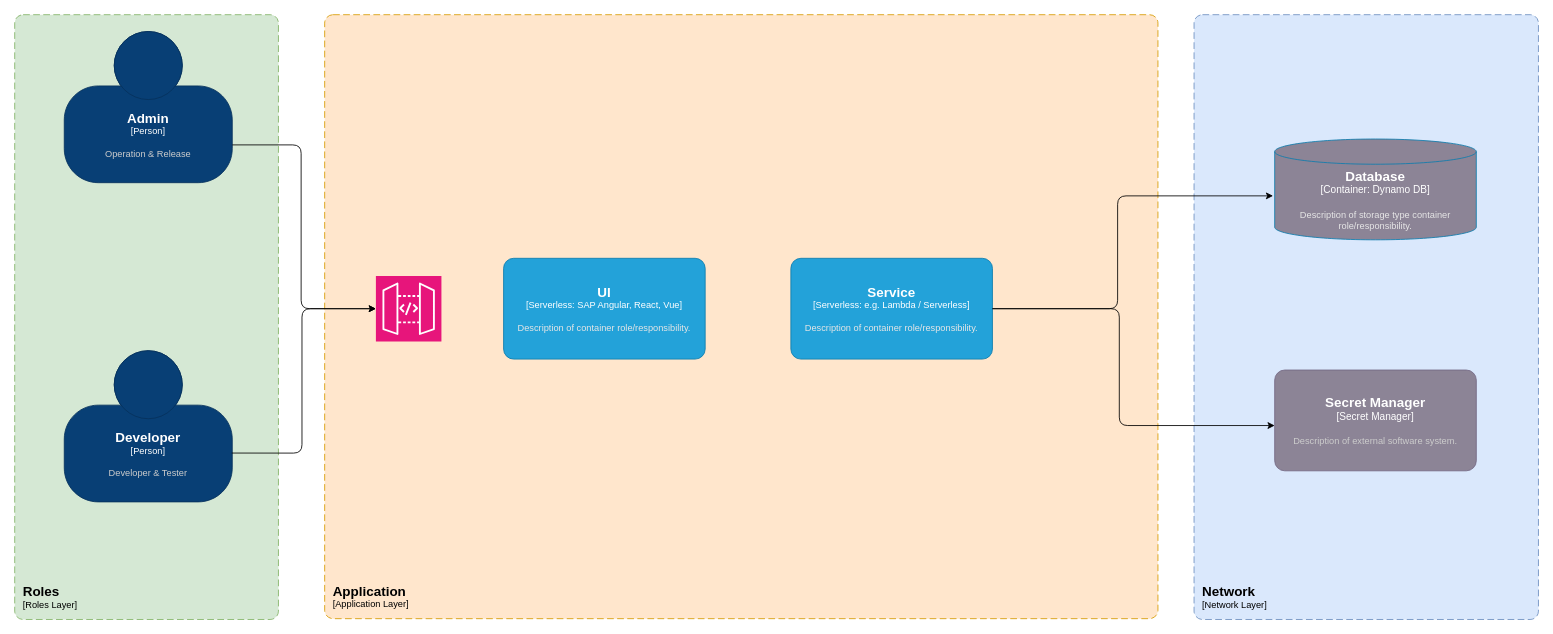
Before: page "04-Context-And-Scope-View" (7 of 8) of resources/enterprise-architecture.drawio in microtema/secure-password-exchange, a draw.io diagram. Source tidied: cells renumbered, new cells numbered last; positions are measured from the earlier drawing's top-left corner, leaving out a move shared by most shapes. Both pictures are drawn from the tidied source at 84%, with x=0, y=0 at pixel (14, 14).
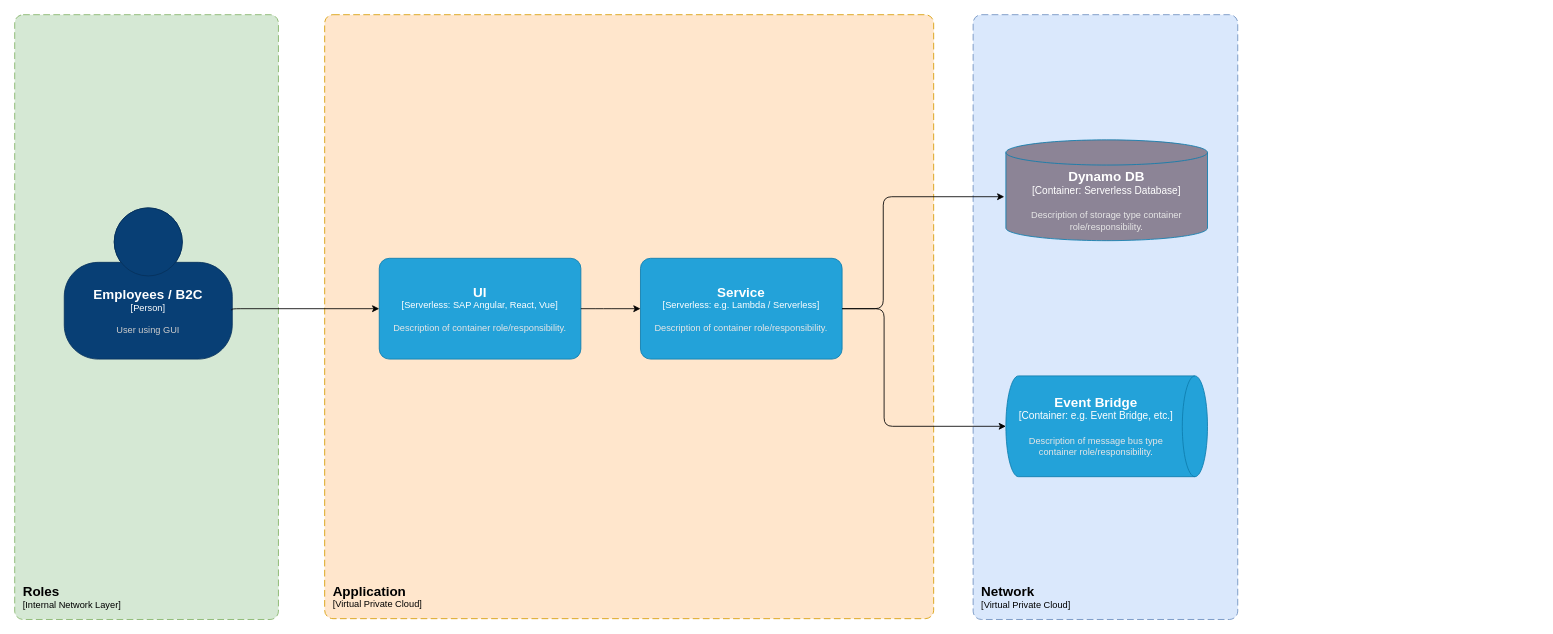
The same page after the edit.

Change to the diagram source:
```diff
@@
-    <object id="2" label="&lt;font style=&quot;font-size: 16px&quot;&gt;&lt;b&gt;&lt;div style=&quot;text-align: left&quot;&gt;%c4Name%&lt;/div&gt;&lt;/b&gt;&lt;/font&gt;&lt;div style=&quot;text-align: left&quot;&gt;[%c4Application%]&lt;/div&gt;" c4Application="Roles Layer" c4Name="Roles" placeholders="1">
+    <object id="2" label="&lt;font style=&quot;font-size: 16px&quot;&gt;&lt;b&gt;&lt;div style=&quot;text-align: left&quot;&gt;%c4Name%&lt;/div&gt;&lt;/b&gt;&lt;/font&gt;&lt;div style=&quot;text-align: left&quot;&gt;[%c4Application%]&lt;/div&gt;" c4Application="Internal Network Layer" c4Name="Roles" placeholders="1">
       <mxCell style="rounded=1;fontSize=11;whiteSpace=wrap;html=1;dashed=1;arcSize=20;fillColor=#d5e8d4;strokeColor=#82b366;labelBackgroundColor=none;align=left;verticalAlign=bottom;labelBorderColor=none;spacingTop=0;spacing=10;dashPattern=8 4;perimeter=rectanglePerimeter;noLabel=0;labelPadding=0;absoluteArcSize=1;" parent="1" vertex="1">
         <mxGeometry width="314" height="720" as="geometry" />
       </mxCell>
     </object>
-    <object id="3" label="&lt;font style=&quot;font-size: 16px&quot;&gt;&lt;b&gt;&lt;div style=&quot;text-align: left&quot;&gt;%c4Name%&lt;/div&gt;&lt;/b&gt;&lt;/font&gt;&lt;div style=&quot;text-align: left&quot;&gt;[%c4Application%]&lt;/div&gt;" c4Application="Application Layer" c4Name="Application" placeholders="1">
+    <object id="3" label="&lt;font style=&quot;font-size: 16px&quot;&gt;&lt;b&gt;&lt;div style=&quot;text-align: left&quot;&gt;%c4Name%&lt;/div&gt;&lt;/b&gt;&lt;/font&gt;&lt;div style=&quot;text-align: left&quot;&gt;[%c4Application%]&lt;/div&gt;" c4Application="Virtual Private Cloud" c4Name="Application" placeholders="1">
       <mxCell style="rounded=1;fontSize=11;whiteSpace=wrap;html=1;dashed=1;arcSize=20;fillColor=#ffe6cc;strokeColor=#d79b00;labelBackgroundColor=none;align=left;verticalAlign=bottom;labelBorderColor=none;spacingTop=0;spacing=10;dashPattern=8 4;perimeter=rectanglePerimeter;noLabel=0;labelPadding=0;absoluteArcSize=1;" parent="1" vertex="1">
-        <mxGeometry x="369" width="992" height="719" as="geometry" />
+        <mxGeometry x="369" width="725" height="719" as="geometry" />
       </mxCell>
     </object>
-    <object id="4" label="&lt;font style=&quot;font-size: 16px&quot;&gt;&lt;b&gt;&lt;div style=&quot;text-align: left&quot;&gt;%c4Name%&lt;/div&gt;&lt;/b&gt;&lt;/font&gt;&lt;div style=&quot;text-align: left&quot;&gt;[%c4Application%]&lt;/div&gt;" c4Application="Network Layer" c4Name="Network" placeholders="1">
+    <object id="4" label="&lt;font style=&quot;font-size: 16px&quot;&gt;&lt;b&gt;&lt;div style=&quot;text-align: left&quot;&gt;%c4Name%&lt;/div&gt;&lt;/b&gt;&lt;/font&gt;&lt;div style=&quot;text-align: left&quot;&gt;[%c4Application%]&lt;/div&gt;" c4Application="Virtual Private Cloud" c4Name="Network" placeholders="1">
       <mxCell style="rounded=1;fontSize=11;whiteSpace=wrap;html=1;dashed=1;arcSize=20;fillColor=#dae8fc;strokeColor=#6c8ebf;labelBackgroundColor=none;align=left;verticalAlign=bottom;labelBorderColor=none;spacingTop=0;spacing=10;dashPattern=8 4;perimeter=rectanglePerimeter;noLabel=0;labelPadding=0;absoluteArcSize=1;" parent="1" vertex="1">
-        <mxGeometry x="1404" width="410" height="720" as="geometry" />
+        <mxGeometry x="1141" width="315" height="720" as="geometry" />
       </mxCell>
     </object>
-    <object id="5" label="&lt;font style=&quot;font-size: 16px&quot;&gt;&lt;b&gt;%c4Type%&lt;/b&gt;&lt;/font&gt;&lt;div&gt;[%c4Container%:&amp;nbsp;%c4Technology%]&lt;/div&gt;&lt;br&gt;&lt;div&gt;&lt;font style=&quot;font-size: 11px&quot;&gt;&lt;font color=&quot;#E6E6E6&quot;&gt;%c4Description%&lt;/font&gt;&lt;/div&gt;" c4Container="Container" c4Description="Description of storage type container role/responsibility." c4Technology="Dynamo DB" c4Type="Database" placeholders="1">
+    <object id="5" label="&lt;font style=&quot;font-size: 16px&quot;&gt;&lt;b&gt;%c4Type%&lt;/b&gt;&lt;/font&gt;&lt;div&gt;[%c4Container%:&amp;nbsp;%c4Technology%]&lt;/div&gt;&lt;br&gt;&lt;div&gt;&lt;font style=&quot;font-size: 11px&quot;&gt;&lt;font color=&quot;#E6E6E6&quot;&gt;%c4Description%&lt;/font&gt;&lt;/div&gt;" c4Container="Container" c4Description="Description of storage type container role/responsibility." c4Technology="Serverless Database" c4Type="Dynamo DB" placeholders="1">
       <mxCell style="shape=cylinder3;size=15;whiteSpace=wrap;html=1;boundedLbl=1;rounded=0;labelBackgroundColor=none;fillColor=#8C8496;fontSize=12;fontColor=#ffffff;align=center;strokeColor=#0E7DAD;points=[[0.5,0,0],[1,0.25,0],[1,0.5,0],[1,0.75,0],[0.5,1,0],[0,0.75,0],[0,0.5,0],[0,0.25,0]];" parent="1" vertex="1">
-        <mxGeometry x="1500" y="148" width="240" height="120" as="geometry" />
+        <mxGeometry x="1180" y="149" width="240" height="120" as="geometry" />
       </mxCell>
     </object>
-    <object id="6" label="&lt;font style=&quot;font-size: 16px&quot;&gt;&lt;b&gt;%c4Name%&lt;/b&gt;&lt;/font&gt;&lt;div&gt;[%c4Type%]&lt;/div&gt;&lt;br&gt;&lt;div&gt;&lt;font style=&quot;font-size: 11px&quot;&gt;&lt;font color=&quot;#cccccc&quot;&gt;%c4Description%&lt;/font&gt;&lt;/div&gt;" c4Description="Description of external software system." c4Name="Secret Manager" c4Type="Secret Manager" placeholders="1">
-      <mxCell style="rounded=1;whiteSpace=wrap;html=1;labelBackgroundColor=none;fillColor=#8C8496;fontColor=#ffffff;align=center;arcSize=10;strokeColor=#736782;" parent="1" vertex="1">
-        <mxGeometry x="1500" y="423" width="240" height="120" as="geometry" />
-      </mxCell>
-    </object>
     <object id="7" label="&lt;font style=&quot;font-size: 16px&quot;&gt;&lt;b&gt;%c4Name%&lt;/b&gt;&lt;/font&gt;&lt;div&gt;[%c4Type%: %c4Technology%]&lt;/div&gt;&lt;br&gt;&lt;div&gt;&lt;font style=&quot;font-size: 11px&quot;&gt;&lt;font color=&quot;#E6E6E6&quot;&gt;%c4Description%&lt;/font&gt;&lt;/div&gt;" c4Description="Description of container role/responsibility." c4Name="UI" c4Technology="SAP Angular, React, Vue" c4Type="Serverless" placeholders="1">
       <mxCell style="rounded=1;whiteSpace=wrap;html=1;fontSize=11;labelBackgroundColor=none;fillColor=#23A2D9;fontColor=#ffffff;align=center;arcSize=10;strokeColor=#0E7DAD;points=[[0.25,0,0],[0.5,0,0],[0.75,0,0],[1,0.25,0],[1,0.5,0],[1,0.75,0],[0.75,1,0],[0.5,1,0],[0.25,1,0],[0,0.75,0],[0,0.5,0],[0,0.25,0]];" parent="1" vertex="1">
-        <mxGeometry x="582" y="290" width="240" height="120" as="geometry" />
+        <mxGeometry x="434" y="290" width="240" height="120" as="geometry" />
       </mxCell>
     </object>
     <object id="8" label="&lt;font style=&quot;font-size: 16px&quot;&gt;&lt;b&gt;%c4Name%&lt;/b&gt;&lt;/font&gt;&lt;div&gt;[%c4Type%: %c4Technology%]&lt;/div&gt;&lt;br&gt;&lt;div&gt;&lt;font style=&quot;font-size: 11px&quot;&gt;&lt;font color=&quot;#E6E6E6&quot;&gt;%c4Description%&lt;/font&gt;&lt;/div&gt;" c4Description="Description of container role/responsibility." c4Name="Service" c4Technology="e.g. Lambda / Serverless" c4Type="Serverless" placeholders="1">
       <mxCell style="rounded=1;whiteSpace=wrap;html=1;fontSize=11;labelBackgroundColor=none;fillColor=#23A2D9;fontColor=#ffffff;align=center;arcSize=10;strokeColor=#0E7DAD;points=[[0.25,0,0],[0.5,0,0],[0.75,0,0],[1,0.25,0],[1,0.5,0],[1,0.75,0],[0.75,1,0],[0.5,1,0],[0.25,1,0],[0,0.75,0],[0,0.5,0],[0,0.25,0]];" parent="1" vertex="1">
-        <mxGeometry x="924" y="290" width="240" height="120" as="geometry" />
+        <mxGeometry x="745" y="290" width="240" height="120" as="geometry" />
       </mxCell>
     </object>
-    <object id="9" label="&lt;font style=&quot;font-size: 16px&quot;&gt;&lt;b&gt;%c4Name%&lt;/b&gt;&lt;/font&gt;&lt;div&gt;[%c4Type%]&lt;/div&gt;&lt;br&gt;&lt;div&gt;&lt;font style=&quot;font-size: 11px&quot;&gt;&lt;font color=&quot;#cccccc&quot;&gt;%c4Description%&lt;/font&gt;&lt;/div&gt;" c4Description="Developer &amp; Tester" c4Name="Developer" c4Type="Person" placeholders="1">
+    <object id="9" label="&lt;font style=&quot;font-size: 16px&quot;&gt;&lt;b&gt;%c4Name%&lt;/b&gt;&lt;/font&gt;&lt;div&gt;[%c4Type%]&lt;/div&gt;&lt;br&gt;&lt;div&gt;&lt;font style=&quot;font-size: 11px&quot;&gt;&lt;font color=&quot;#cccccc&quot;&gt;%c4Description%&lt;/font&gt;&lt;/div&gt;" c4Description="User using GUI" c4Name="Employees / B2C" c4Type="Person" placeholders="1">
       <mxCell style="html=1;fontSize=11;dashed=0;whiteSpace=wrap;fillColor=#083F75;strokeColor=#06315C;fontColor=#ffffff;shape=mxgraph.c4.person2;align=center;points=[[0.5,0,0],[1,0.5,0],[1,0.75,0],[0.75,1,0],[0.5,1,0],[0.25,1,0],[0,0.75,0],[0,0.5,0]];rounded=1;" parent="1" vertex="1">
-        <mxGeometry x="59" y="400" width="200" height="180" as="geometry" />
+        <mxGeometry x="59" y="230" width="200" height="180" as="geometry" />
       </mxCell>
     </object>
-    <object id="10" label="&lt;font style=&quot;font-size: 16px&quot;&gt;&lt;b&gt;%c4Name%&lt;/b&gt;&lt;/font&gt;&lt;div&gt;[%c4Type%]&lt;/div&gt;&lt;br&gt;&lt;div&gt;&lt;font style=&quot;font-size: 11px&quot;&gt;&lt;font color=&quot;#cccccc&quot;&gt;%c4Description%&lt;/font&gt;&lt;/div&gt;" c4Description="Operation &amp; Release" c4Name="Admin" c4Type="Person" placeholders="1">
-      <mxCell style="html=1;fontSize=11;dashed=0;whiteSpace=wrap;fillColor=#083F75;strokeColor=#06315C;fontColor=#ffffff;shape=mxgraph.c4.person2;align=center;points=[[0.5,0,0],[1,0.5,0],[1,0.75,0],[0.75,1,0],[0.5,1,0],[0.25,1,0],[0,0.75,0],[0,0.5,0]];rounded=1;" parent="1" vertex="1">
-        <mxGeometry x="59" y="20" width="200" height="180" as="geometry" />
-      </mxCell>
-    </object>
-    <mxCell id="11" style="edgeStyle=orthogonalEdgeStyle;rounded=1;jettySize=auto;html=1;exitX=1;exitY=0.75;exitDx=0;exitDy=0;exitPerimeter=0;entryX=0;entryY=0.5;entryDx=0;entryDy=0;entryPerimeter=0;" parent="1" edge="1" source="10" target="15">
-      <mxGeometry relative="1" as="geometry">
-        <Array as="points">
-          <mxPoint x="341" y="155" />
-          <mxPoint x="341" y="350" />
-        </Array>
-      </mxGeometry>
-    </mxCell>
-    <mxCell id="12" style="edgeStyle=orthogonalEdgeStyle;rounded=1;jettySize=auto;html=1;exitX=0.997;exitY=0.677;exitDx=0;exitDy=0;exitPerimeter=0;entryX=0;entryY=0.5;entryDx=0;entryDy=0;entryPerimeter=0;" parent="1" edge="1" source="9" target="15">
+    <mxCell id="12" style="edgeStyle=orthogonalEdgeStyle;rounded=1;jettySize=auto;html=1;exitX=0.997;exitY=0.677;exitDx=0;exitDy=0;exitPerimeter=0;entryX=0;entryY=0.5;entryDx=0;entryDy=0;entryPerimeter=0;" parent="1" edge="1" source="9" target="7">
       <mxGeometry relative="1" as="geometry">
         <Array as="points">
-          <mxPoint x="342" y="522" />
-          <mxPoint x="342" y="350" />
+          <mxPoint x="258" y="350" />
         </Array>
       </mxGeometry>
     </mxCell>
     <mxCell id="13" style="edgeStyle=orthogonalEdgeStyle;rounded=1;jettySize=auto;html=1;exitX=1;exitY=0.5;exitDx=0;exitDy=0;exitPerimeter=0;entryX=-0.008;entryY=0.564;entryDx=0;entryDy=0;entryPerimeter=0;" parent="1" edge="1" source="8" target="5">
       <mxGeometry relative="1" as="geometry">
         <Array as="points">
-          <mxPoint x="1313" y="350" />
-          <mxPoint x="1313" y="216" />
+          <mxPoint x="1034" y="350" />
+          <mxPoint x="1034" y="217" />
         </Array>
       </mxGeometry>
     </mxCell>
-    <mxCell id="14" style="edgeStyle=orthogonalEdgeStyle;rounded=1;jettySize=auto;html=1;exitX=1;exitY=0.5;exitDx=0;exitDy=0;exitPerimeter=0;" parent="1" edge="1" source="8">
+    <mxCell id="14" style="edgeStyle=orthogonalEdgeStyle;rounded=1;jettySize=auto;html=1;exitX=1;exitY=0.5;exitDx=0;exitDy=0;exitPerimeter=0;entryX=0.5;entryY=1;entryDx=0;entryDy=0;entryPerimeter=0;" parent="1" edge="1" source="8" target="16">
       <mxGeometry relative="1" as="geometry">
-        <mxPoint x="1500" y="489.1" as="targetPoint" />
         <Array as="points">
-          <mxPoint x="1315" y="350" />
-          <mxPoint x="1315" y="489" />
+          <mxPoint x="1035" y="350" />
+          <mxPoint x="1035" y="490" />
         </Array>
       </mxGeometry>
     </mxCell>
-    <mxCell id="15" style="sketch=0;points=[[0,0,0],[0.25,0,0],[0.5,0,0],[0.75,0,0],[1,0,0],[0,1,0],[0.25,1,0],[0.5,1,0],[0.75,1,0],[1,1,0],[0,0.25,0],[0,0.5,0],[0,0.75,0],[1,0.25,0],[1,0.5,0],[1,0.75,0]];outlineConnect=0;fontColor=#232F3E;fillColor=#E7157B;strokeColor=#ffffff;dashed=0;verticalLabelPosition=bottom;verticalAlign=top;align=center;html=1;fontSize=12;fontStyle=0;shape=mxgraph.aws4.resourceIcon;resIcon=mxgraph.aws4.api_gateway;rounded=1;" parent="1" vertex="1">
-      <mxGeometry x="430" y="311" width="78" height="78" as="geometry" />
-    </mxCell>
+    <object id="16" label="&lt;font style=&quot;font-size: 16px&quot;&gt;&lt;b&gt;%c4Type%&lt;/b&gt;&lt;/font&gt;&lt;div&gt;[%c4Container%:&amp;nbsp;%c4Technology%]&lt;/div&gt;&lt;br&gt;&lt;div&gt;&lt;font style=&quot;font-size: 11px&quot;&gt;&lt;font color=&quot;#E6E6E6&quot;&gt;%c4Description%&lt;/font&gt;&lt;/div&gt;" c4Container="Container" c4Description="Description of message bus type container role/responsibility." c4Technology="e.g. Event Bridge, etc." c4Type="Event Bridge" placeholders="1">
+      <mxCell style="shape=cylinder3;size=15;direction=south;whiteSpace=wrap;html=1;boundedLbl=1;rounded=0;labelBackgroundColor=none;fillColor=#23A2D9;fontSize=12;fontColor=#ffffff;align=center;strokeColor=#0E7DAD;points=[[0.5,0,0],[1,0.25,0],[1,0.5,0],[1,0.75,0],[0.5,1,0],[0,0.75,0],[0,0.5,0],[0,0.25,0]];" parent="1" vertex="1">
+        <mxGeometry x="1180" y="430" width="240" height="120" as="geometry" />
+      </mxCell>
+    </object>
+    <mxCell id="17" style="edgeStyle=orthogonalEdgeStyle;rounded=1;jettySize=auto;html=1;entryX=0;entryY=0.5;entryDx=0;entryDy=0;entryPerimeter=0;exitX=1;exitY=0.5;exitDx=0;exitDy=0;exitPerimeter=0;" parent="1" edge="1" source="7" target="8">
+      <mxGeometry relative="1" as="geometry">
+        <Array as="points">
+          <mxPoint x="701" y="350" />
+          <mxPoint x="701" y="350" />
+        </Array>
+      </mxGeometry>
+    </mxCell>
```
